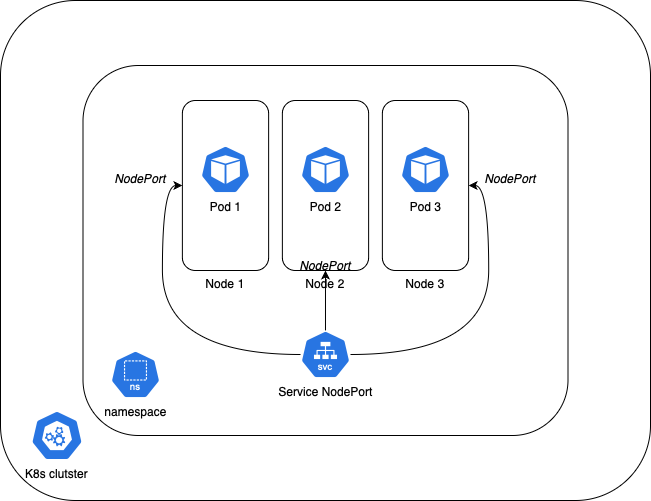
Above: Shazir/defi2.drawio.png in Shazbg/Antivol (draw.io), before the change. Source tidied: cells renumbered, new cells last; positions are measured from the earlier drawing's top-left corner, leaving out a move shared by most shapes. Its diagram source:
```xml
<mxGraphModel>
  <root>
    <mxCell id="0" />
    <mxCell id="1" parent="0" />
    <mxCell id="2" style="rounded=1;whiteSpace=wrap;html=1;" parent="1" vertex="1">
      <mxGeometry x="177.5" y="100" width="95" height="156" as="geometry" />
    </mxCell>
    <mxCell id="3" style="rounded=1;whiteSpace=wrap;html=1;" parent="1" vertex="1">
      <mxGeometry width="650" height="500" as="geometry" />
    </mxCell>
    <mxCell id="4" value="K8s clutster" style="sketch=0;html=1;dashed=0;whitespace=wrap;verticalLabelPosition=bottom;verticalAlign=top;fillColor=#2875E2;strokeColor=#ffffff;shape=mxgraph.kubernetes.icon2;prIcon=control_plane;" parent="1" vertex="1">
      <mxGeometry x="30.4" y="410" width="52.1" height="50" as="geometry" />
    </mxCell>
    <mxCell id="5" value="Namespace" style="sketch=0;html=1;dashed=0;whitespace=wrap;verticalLabelPosition=bottom;verticalAlign=top;fillColor=#2875E2;strokeColor=#ffffff;shape=mxgraph.kubernetes.icon2;prIcon=ns;" parent="1" vertex="1">
      <mxGeometry x="120" y="340" width="50" height="48" as="geometry" />
    </mxCell>
    <mxCell id="6" style="rounded=1;whiteSpace=wrap;html=1;" parent="1" vertex="1">
      <mxGeometry x="82.5" y="65" width="485" height="370" as="geometry" />
    </mxCell>
    <mxCell id="7" value="Node 1" style="rounded=1;whiteSpace=wrap;html=1;labelPosition=center;verticalLabelPosition=bottom;align=center;verticalAlign=top;" parent="1" vertex="1">
      <mxGeometry x="181.9" y="100" width="86.2" height="170" as="geometry" />
    </mxCell>
    <mxCell id="8" style="edgeStyle=orthogonalEdgeStyle;rounded=0;jettySize=auto;html=1;entryX=0;entryY=0.5;entryDx=0;entryDy=0;curved=1;" parent="1" edge="1" source="11" target="7">
      <mxGeometry relative="1" as="geometry" />
    </mxCell>
    <mxCell id="9" style="edgeStyle=orthogonalEdgeStyle;rounded=0;jettySize=auto;html=1;entryX=1;entryY=0.5;entryDx=0;entryDy=0;curved=1;" parent="1" edge="1" source="11" target="13">
      <mxGeometry relative="1" as="geometry" />
    </mxCell>
    <mxCell id="10" style="edgeStyle=orthogonalEdgeStyle;rounded=0;jettySize=auto;html=1;entryX=0.5;entryY=1;entryDx=0;entryDy=0;curved=1;" parent="1" edge="1" source="11" target="14">
      <mxGeometry relative="1" as="geometry" />
    </mxCell>
    <mxCell id="11" value="Service NodePort" style="sketch=0;html=1;dashed=0;whitespace=wrap;verticalLabelPosition=bottom;verticalAlign=top;fillColor=#2875E2;strokeColor=#ffffff;points=[[0.005,0.63,0],[0.1,0.2,0],[0.9,0.2,0],[0.5,0,0],[0.995,0.63,0],[0.72,0.99,0],[0.5,1,0],[0.28,0.99,0]];shape=mxgraph.kubernetes.icon2;kubernetesLabel=1;prIcon=svc;" parent="1" vertex="1">
      <mxGeometry x="300" y="330" width="50" height="48" as="geometry" />
    </mxCell>
    <mxCell id="12" value="Pod 1" style="sketch=0;html=1;dashed=0;whitespace=wrap;verticalLabelPosition=bottom;verticalAlign=top;fillColor=#2875E2;strokeColor=#ffffff;shape=mxgraph.kubernetes.icon2;prIcon=pod;" parent="1" vertex="1">
      <mxGeometry x="200" y="145" width="50" height="48" as="geometry" />
    </mxCell>
    <mxCell id="13" value="Node 3" style="rounded=1;whiteSpace=wrap;html=1;labelPosition=center;verticalLabelPosition=bottom;align=center;verticalAlign=top;" parent="1" vertex="1">
      <mxGeometry x="381.9" y="100" width="86.2" height="170" as="geometry" />
    </mxCell>
    <mxCell id="14" value="Node 2" style="rounded=1;whiteSpace=wrap;html=1;labelPosition=center;verticalLabelPosition=bottom;align=center;verticalAlign=top;" parent="1" vertex="1">
      <mxGeometry x="281.9" y="100" width="86.2" height="170" as="geometry" />
    </mxCell>
    <mxCell id="15" value="Pod 2" style="sketch=0;html=1;dashed=0;whitespace=wrap;verticalLabelPosition=bottom;verticalAlign=top;fillColor=#2875E2;strokeColor=#ffffff;shape=mxgraph.kubernetes.icon2;prIcon=pod;" parent="1" vertex="1">
      <mxGeometry x="300" y="145" width="50" height="48" as="geometry" />
    </mxCell>
    <mxCell id="16" value="Pod 3" style="sketch=0;html=1;dashed=0;whitespace=wrap;verticalLabelPosition=bottom;verticalAlign=top;fillColor=#2875E2;strokeColor=#ffffff;shape=mxgraph.kubernetes.icon2;prIcon=pod;" parent="1" vertex="1">
      <mxGeometry x="400" y="145" width="50" height="48" as="geometry" />
    </mxCell>
    <mxCell id="17" value="&lt;i&gt;NodePort&lt;/i&gt;" style="text;strokeColor=none;align=center;fillColor=none;html=1;verticalAlign=middle;whiteSpace=wrap;rounded=0;" parent="1" vertex="1">
      <mxGeometry x="110" y="163" width="60" height="30" as="geometry" />
    </mxCell>
    <mxCell id="18" value="&lt;i&gt;NodePort&lt;/i&gt;" style="text;strokeColor=none;align=center;fillColor=none;html=1;verticalAlign=middle;whiteSpace=wrap;rounded=0;" parent="1" vertex="1">
      <mxGeometry x="295" y="250" width="60" height="30" as="geometry" />
    </mxCell>
    <mxCell id="19" value="&lt;i&gt;NodePort&lt;/i&gt;" style="text;strokeColor=none;align=center;fillColor=none;html=1;verticalAlign=middle;whiteSpace=wrap;rounded=0;" parent="1" vertex="1">
      <mxGeometry x="480" y="163" width="60" height="30" as="geometry" />
    </mxCell>
    <mxCell id="20" value="namespace" style="sketch=0;html=1;dashed=0;whitespace=wrap;verticalLabelPosition=bottom;verticalAlign=top;fillColor=#2875E2;strokeColor=#ffffff;shape=mxgraph.kubernetes.icon2;kubernetesLabel=1;prIcon=ns;" parent="1" vertex="1">
      <mxGeometry x="110" y="350" width="50" height="48" as="geometry" />
    </mxCell>
  </root>
</mxGraphModel>
```
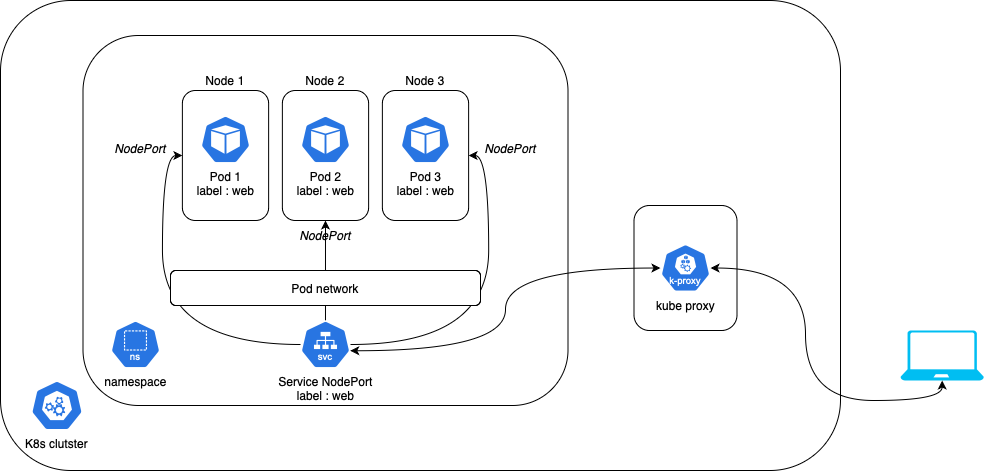
The same file after the commit.

Diff of the diagram source:
```diff
@@ -6,7 +6,7 @@
       <mxGeometry x="177.5" y="100" width="95" height="156" as="geometry" />
     </mxCell>
     <mxCell id="3" style="rounded=1;whiteSpace=wrap;html=1;" parent="1" vertex="1">
-      <mxGeometry width="650" height="500" as="geometry" />
+      <mxGeometry y="30" width="840" height="470" as="geometry" />
     </mxCell>
     <mxCell id="4" value="K8s clutster" style="sketch=0;html=1;dashed=0;whitespace=wrap;verticalLabelPosition=bottom;verticalAlign=top;fillColor=#2875E2;strokeColor=#ffffff;shape=mxgraph.kubernetes.icon2;prIcon=control_plane;" parent="1" vertex="1">
       <mxGeometry x="30.4" y="410" width="52.1" height="50" as="geometry" />
@@ -17,8 +17,8 @@
     <mxCell id="6" style="rounded=1;whiteSpace=wrap;html=1;" parent="1" vertex="1">
       <mxGeometry x="82.5" y="65" width="485" height="370" as="geometry" />
     </mxCell>
-    <mxCell id="7" value="Node 1" style="rounded=1;whiteSpace=wrap;html=1;labelPosition=center;verticalLabelPosition=bottom;align=center;verticalAlign=top;" parent="1" vertex="1">
-      <mxGeometry x="181.9" y="100" width="86.2" height="170" as="geometry" />
+    <mxCell id="7" value="Node 1" style="rounded=1;whiteSpace=wrap;html=1;labelPosition=center;verticalLabelPosition=top;align=center;verticalAlign=bottom;" parent="1" vertex="1">
+      <mxGeometry x="181.9" y="120" width="86.2" height="130" as="geometry" />
     </mxCell>
     <mxCell id="8" style="edgeStyle=orthogonalEdgeStyle;rounded=0;jettySize=auto;html=1;entryX=0;entryY=0.5;entryDx=0;entryDy=0;curved=1;" parent="1" edge="1" source="11" target="7">
       <mxGeometry relative="1" as="geometry" />
@@ -29,22 +29,22 @@
     <mxCell id="10" style="edgeStyle=orthogonalEdgeStyle;rounded=0;jettySize=auto;html=1;entryX=0.5;entryY=1;entryDx=0;entryDy=0;curved=1;" parent="1" edge="1" source="11" target="14">
       <mxGeometry relative="1" as="geometry" />
     </mxCell>
-    <mxCell id="11" value="Service NodePort" style="sketch=0;html=1;dashed=0;whitespace=wrap;verticalLabelPosition=bottom;verticalAlign=top;fillColor=#2875E2;strokeColor=#ffffff;points=[[0.005,0.63,0],[0.1,0.2,0],[0.9,0.2,0],[0.5,0,0],[0.995,0.63,0],[0.72,0.99,0],[0.5,1,0],[0.28,0.99,0]];shape=mxgraph.kubernetes.icon2;kubernetesLabel=1;prIcon=svc;" parent="1" vertex="1">
-      <mxGeometry x="300" y="330" width="50" height="48" as="geometry" />
+    <mxCell id="11" value="Service NodePort&lt;div&gt;label : web&lt;/div&gt;" style="sketch=0;html=1;dashed=0;whitespace=wrap;verticalLabelPosition=bottom;verticalAlign=top;fillColor=#2875E2;strokeColor=#ffffff;points=[[0.005,0.63,0],[0.1,0.2,0],[0.9,0.2,0],[0.5,0,0],[0.995,0.63,0],[0.72,0.99,0],[0.5,1,0],[0.28,0.99,0]];shape=mxgraph.kubernetes.icon2;kubernetesLabel=1;prIcon=svc;" parent="1" vertex="1">
+      <mxGeometry x="300" y="350" width="50" height="48" as="geometry" />
     </mxCell>
-    <mxCell id="12" value="Pod 1" style="sketch=0;html=1;dashed=0;whitespace=wrap;verticalLabelPosition=bottom;verticalAlign=top;fillColor=#2875E2;strokeColor=#ffffff;shape=mxgraph.kubernetes.icon2;prIcon=pod;" parent="1" vertex="1">
+    <mxCell id="12" value="Pod 1&lt;div&gt;label : web&lt;/div&gt;" style="sketch=0;html=1;dashed=0;whitespace=wrap;verticalLabelPosition=bottom;verticalAlign=top;fillColor=#2875E2;strokeColor=#ffffff;shape=mxgraph.kubernetes.icon2;prIcon=pod;" parent="1" vertex="1">
       <mxGeometry x="200" y="145" width="50" height="48" as="geometry" />
     </mxCell>
-    <mxCell id="13" value="Node 3" style="rounded=1;whiteSpace=wrap;html=1;labelPosition=center;verticalLabelPosition=bottom;align=center;verticalAlign=top;" parent="1" vertex="1">
-      <mxGeometry x="381.9" y="100" width="86.2" height="170" as="geometry" />
+    <mxCell id="13" value="Node 3" style="rounded=1;whiteSpace=wrap;html=1;labelPosition=center;verticalLabelPosition=top;align=center;verticalAlign=bottom;" parent="1" vertex="1">
+      <mxGeometry x="381.9" y="120" width="86.2" height="130" as="geometry" />
     </mxCell>
-    <mxCell id="14" value="Node 2" style="rounded=1;whiteSpace=wrap;html=1;labelPosition=center;verticalLabelPosition=bottom;align=center;verticalAlign=top;" parent="1" vertex="1">
-      <mxGeometry x="281.9" y="100" width="86.2" height="170" as="geometry" />
+    <mxCell id="14" value="Node 2" style="rounded=1;whiteSpace=wrap;html=1;labelPosition=center;verticalLabelPosition=top;align=center;verticalAlign=bottom;" parent="1" vertex="1">
+      <mxGeometry x="281.9" y="120" width="86.2" height="130" as="geometry" />
     </mxCell>
-    <mxCell id="15" value="Pod 2" style="sketch=0;html=1;dashed=0;whitespace=wrap;verticalLabelPosition=bottom;verticalAlign=top;fillColor=#2875E2;strokeColor=#ffffff;shape=mxgraph.kubernetes.icon2;prIcon=pod;" parent="1" vertex="1">
+    <mxCell id="15" value="Pod 2&lt;div&gt;label : web&lt;br&gt;&lt;/div&gt;" style="sketch=0;html=1;dashed=0;whitespace=wrap;verticalLabelPosition=bottom;verticalAlign=top;fillColor=#2875E2;strokeColor=#ffffff;shape=mxgraph.kubernetes.icon2;prIcon=pod;" parent="1" vertex="1">
       <mxGeometry x="300" y="145" width="50" height="48" as="geometry" />
     </mxCell>
-    <mxCell id="16" value="Pod 3" style="sketch=0;html=1;dashed=0;whitespace=wrap;verticalLabelPosition=bottom;verticalAlign=top;fillColor=#2875E2;strokeColor=#ffffff;shape=mxgraph.kubernetes.icon2;prIcon=pod;" parent="1" vertex="1">
+    <mxCell id="16" value="Pod 3&lt;div&gt;label : web&lt;br&gt;&lt;/div&gt;" style="sketch=0;html=1;dashed=0;whitespace=wrap;verticalLabelPosition=bottom;verticalAlign=top;fillColor=#2875E2;strokeColor=#ffffff;shape=mxgraph.kubernetes.icon2;prIcon=pod;" parent="1" vertex="1">
       <mxGeometry x="400" y="145" width="50" height="48" as="geometry" />
     </mxCell>
     <mxCell id="17" value="&lt;i&gt;NodePort&lt;/i&gt;" style="text;strokeColor=none;align=center;fillColor=none;html=1;verticalAlign=middle;whiteSpace=wrap;rounded=0;" parent="1" vertex="1">
@@ -59,5 +59,23 @@
     <mxCell id="20" value="namespace" style="sketch=0;html=1;dashed=0;whitespace=wrap;verticalLabelPosition=bottom;verticalAlign=top;fillColor=#2875E2;strokeColor=#ffffff;shape=mxgraph.kubernetes.icon2;kubernetesLabel=1;prIcon=ns;" parent="1" vertex="1">
       <mxGeometry x="110" y="350" width="50" height="48" as="geometry" />
     </mxCell>
+    <mxCell id="21" style="rounded=1;whiteSpace=wrap;html=1;" parent="1" vertex="1">
+      <mxGeometry x="633.5" y="235" width="103" height="125" as="geometry" />
+    </mxCell>
+    <mxCell id="22" value="kube proxy" style="sketch=0;html=1;dashed=0;whitespace=wrap;verticalLabelPosition=bottom;verticalAlign=top;fillColor=#2875E2;strokeColor=#ffffff;points=[[0.005,0.63,0],[0.1,0.2,0],[0.9,0.2,0],[0.5,0,0],[0.995,0.63,0],[0.72,0.99,0],[0.5,1,0],[0.28,0.99,0]];shape=mxgraph.kubernetes.icon2;kubernetesLabel=1;prIcon=k_proxy;" parent="1" vertex="1">
+      <mxGeometry x="660" y="273.5" width="50" height="48" as="geometry" />
+    </mxCell>
+    <mxCell id="23" style="verticalLabelPosition=bottom;html=1;verticalAlign=top;align=center;strokeColor=none;fillColor=#00BEF2;shape=mxgraph.azure.laptop;" parent="1" vertex="1">
+      <mxGeometry x="900" y="360" width="83.3" height="50" as="geometry" />
+    </mxCell>
+    <mxCell id="24" style="edgeStyle=orthogonalEdgeStyle;rounded=0;jettySize=auto;html=1;entryX=0.5;entryY=1;entryDx=0;entryDy=0;entryPerimeter=0;curved=1;endArrow=classic;endFill=1;startArrow=classic;startFill=1;" parent="1" edge="1" source="22" target="23">
+      <mxGeometry relative="1" as="geometry" />
+    </mxCell>
+    <mxCell id="25" style="edgeStyle=orthogonalEdgeStyle;rounded=0;jettySize=auto;html=1;entryX=0.995;entryY=0.63;entryDx=0;entryDy=0;entryPerimeter=0;curved=1;startArrow=classic;startFill=1;" parent="1" edge="1" source="22" target="11">
+      <mxGeometry relative="1" as="geometry" />
+    </mxCell>
+    <mxCell id="26" value="Pod network" style="rounded=1;whiteSpace=wrap;html=1;" parent="1" vertex="1">
+      <mxGeometry x="170" y="300" width="310" height="35" as="geometry" />
+    </mxCell>
   </root>
 </mxGraphModel>
```
